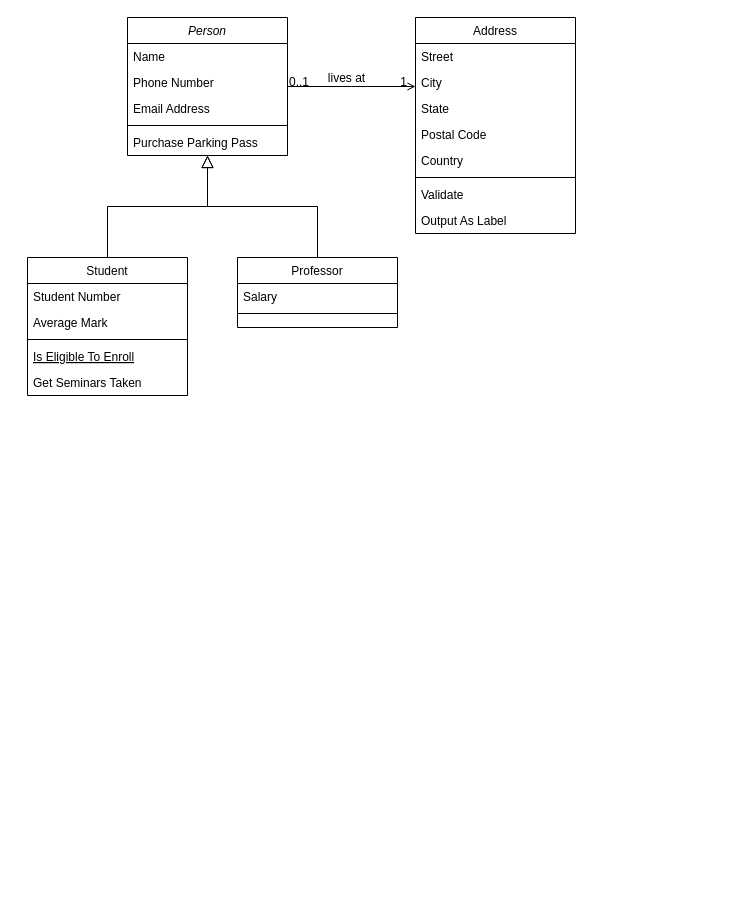
The draw.io diagram scheduler.drawio in We1less1111/draw.io, before the edit. Source tidied: cells renumbered, new cells numbered last; positions are measured from the earlier drawing's top-left corner, leaving out a move shared by most shapes. Both pictures are drawn from the tidied source at 100%, with x=0, y=0 at pixel (27, 17).
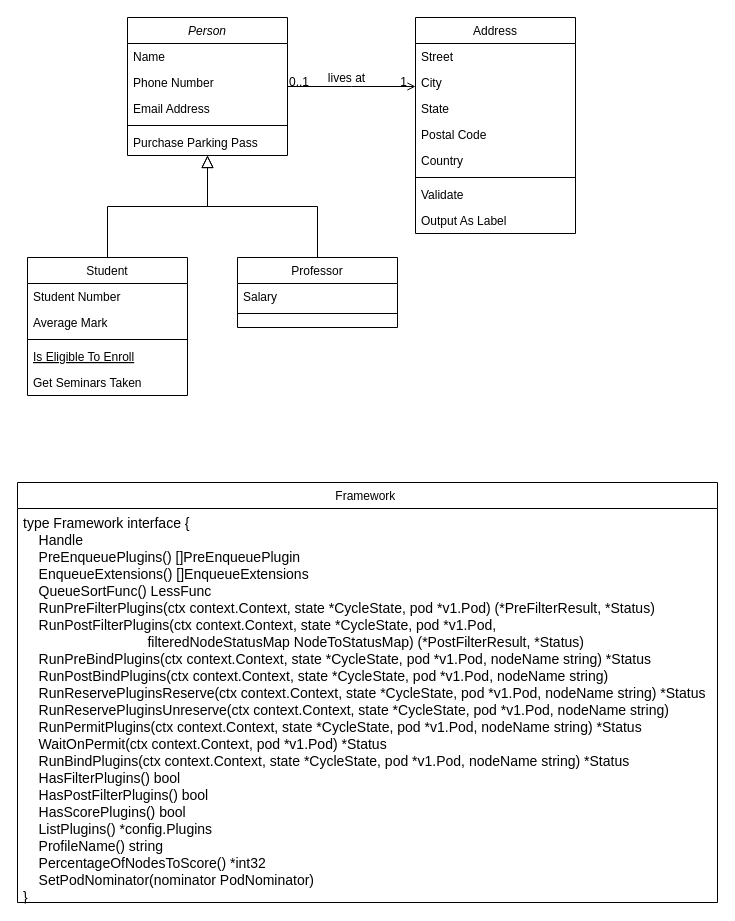
Above is the later version.

Diff of the diagram source:
```diff
@@
+    <mxCell id="32" value="Framework " style="swimlane;fontStyle=0;align=center;verticalAlign=top;horizontal=1;startSize=26;rounded=0;shadow=0;strokeWidth=1;" parent="1" vertex="1">
+      <mxGeometry x="-10" y="465" width="700" height="420" as="geometry" />
+    </mxCell>
+    <mxCell id="33" value="type Framework interface {&#10;    Handle&#10;    PreEnqueuePlugins() []PreEnqueuePlugin&#10;    EnqueueExtensions() []EnqueueExtensions&#10;    QueueSortFunc() LessFunc&#10;    RunPreFilterPlugins(ctx context.Context, state *CycleState, pod *v1.Pod) (*PreFilterResult, *Status)&#10;    RunPostFilterPlugins(ctx context.Context, state *CycleState, pod *v1.Pod, &#10;                                filteredNodeStatusMap NodeToStatusMap) (*PostFilterResult, *Status)&#10;    RunPreBindPlugins(ctx context.Context, state *CycleState, pod *v1.Pod, nodeName string) *Status&#10;    RunPostBindPlugins(ctx context.Context, state *CycleState, pod *v1.Pod, nodeName string)&#10;    RunReservePluginsReserve(ctx context.Context, state *CycleState, pod *v1.Pod, nodeName string) *Status&#10;    RunReservePluginsUnreserve(ctx context.Context, state *CycleState, pod *v1.Pod, nodeName string)&#10;    RunPermitPlugins(ctx context.Context, state *CycleState, pod *v1.Pod, nodeName string) *Status&#10;    WaitOnPermit(ctx context.Context, pod *v1.Pod) *Status&#10;    RunBindPlugins(ctx context.Context, state *CycleState, pod *v1.Pod, nodeName string) *Status&#10;    HasFilterPlugins() bool&#10;    HasPostFilterPlugins() bool&#10;    HasScorePlugins() bool&#10;    ListPlugins() *config.Plugins&#10;    ProfileName() string&#10;    PercentageOfNodesToScore() *int32&#10;    SetPodNominator(nominator PodNominator)&#10;}" style="text;align=left;verticalAlign=top;spacingLeft=4;spacingRight=4;overflow=hidden;fontSize=14;" parent="32" vertex="1">
+      <mxGeometry y="26" width="700" height="390" as="geometry" />
+    </mxCell>
```
